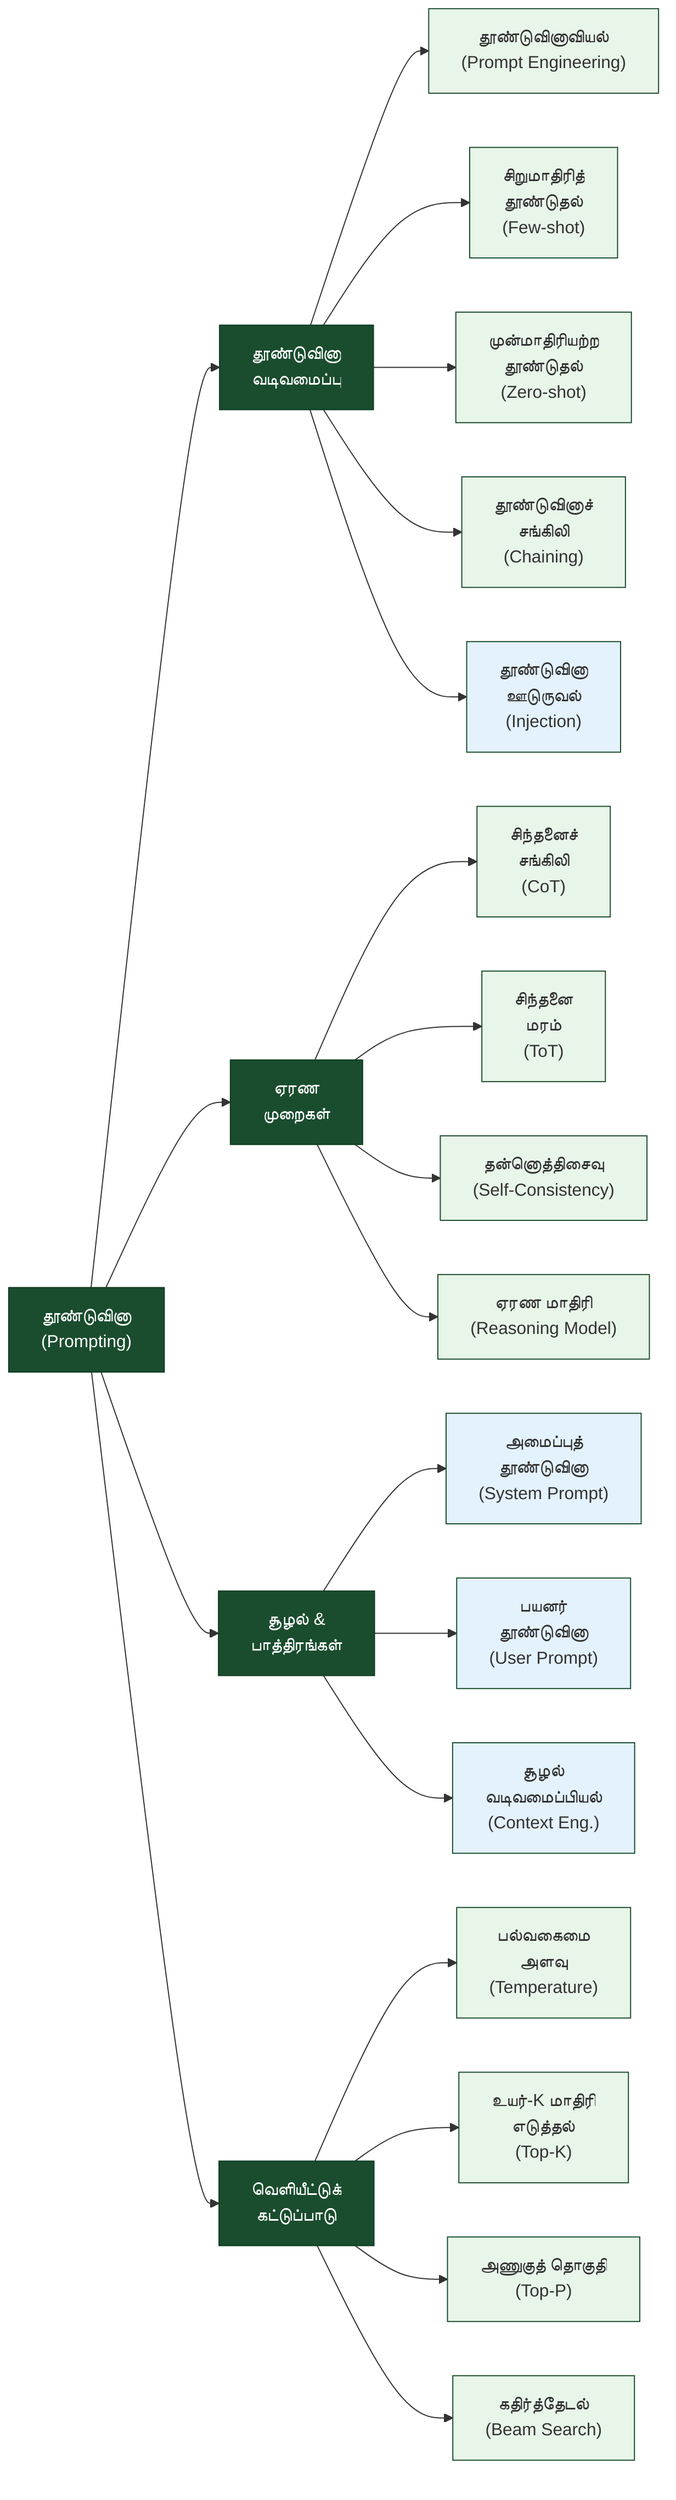
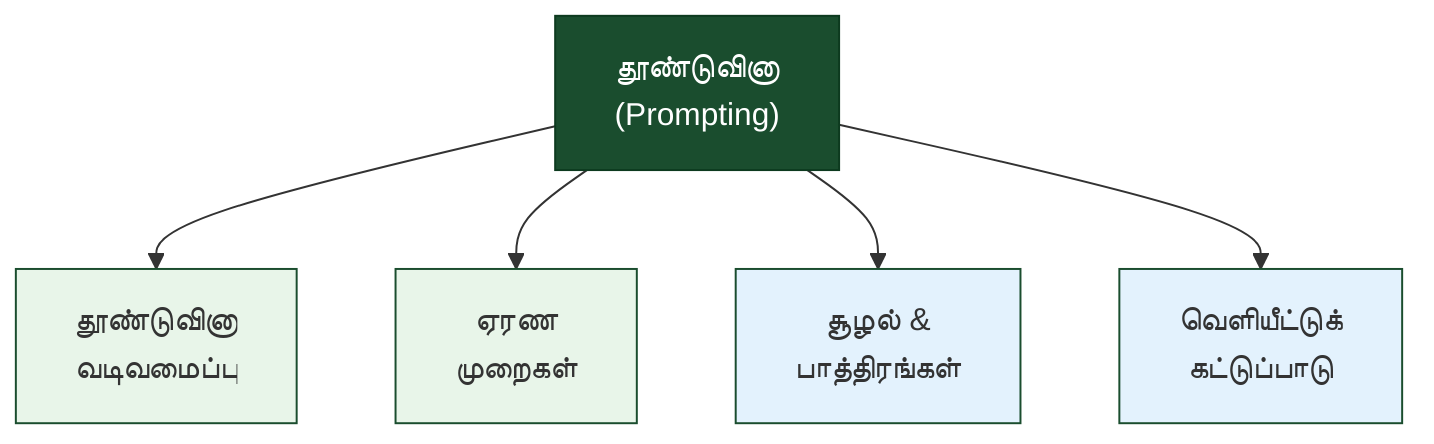
- flowchart LR
+ flowchart TB
    PROMPT["தூண்டுவினா<br/>(Prompting)"] --> DESIGN["தூண்டுவினா<br/>வடிவமைப்பு"]
    PROMPT --> REASON["ஏரண<br/>முறைகள்"]
    PROMPT --> CONTEXT["சூழல் &<br/>பாத்திரங்கள்"]
    PROMPT --> OUTPUT["வெளியீட்டுக்<br/>கட்டுப்பாடு"]

-     DESIGN --> PE["தூண்டுவினாவியல்<br/>(Prompt Engineering)"]
-     DESIGN --> FS["சிறுமாதிரித்<br/>தூண்டுதல்<br/>(Few-shot)"]
-     DESIGN --> ZS["முன்மாதிரியற்ற<br/>தூண்டுதல்<br/>(Zero-shot)"]
-     DESIGN --> PC["தூண்டுவினாச்<br/>சங்கிலி<br/>(Chaining)"]
-     DESIGN --> PI["தூண்டுவினா<br/>ஊடுருவல்<br/>(Injection)"]
- 
-     REASON --> COT["சிந்தனைச்<br/>சங்கிலி<br/>(CoT)"]
-     REASON --> TOT["சிந்தனை<br/>மரம்<br/>(ToT)"]
-     REASON --> SC["தன்னொத்திசைவு<br/>(Self-Consistency)"]
-     REASON --> RM["ஏரண மாதிரி<br/>(Reasoning Model)"]
- 
-     CONTEXT --> SP["அமைப்புத்<br/>தூண்டுவினா<br/>(System Prompt)"]
-     CONTEXT --> UP["பயனர்<br/>தூண்டுவினா<br/>(User Prompt)"]
-     CONTEXT --> CE["சூழல்<br/>வடிவமைப்பியல்<br/>(Context Eng.)"]
- 
-     OUTPUT --> TEMP["பல்வகைமை<br/>அளவு<br/>(Temperature)"]
-     OUTPUT --> TOPK["உயர்-K மாதிரி<br/>எடுத்தல்<br/>(Top-K)"]
-     OUTPUT --> TOPP["அணுகுத் தொகுதி<br/>(Top-P)"]
-     OUTPUT --> BEAM["கதிர்த்தேடல்<br/>(Beam Search)"]
- 
    style PROMPT fill:#1a4d2e,stroke:#0d3a1f,color:#fff
-     style DESIGN fill:#1a4d2e,stroke:#0d3a1f,color:#fff
-     style REASON fill:#1a4d2e,stroke:#0d3a1f,color:#fff
-     style CONTEXT fill:#1a4d2e,stroke:#0d3a1f,color:#fff
-     style OUTPUT fill:#1a4d2e,stroke:#0d3a1f,color:#fff
-     style PE fill:#e8f5e9,stroke:#1a4d2e
-     style FS fill:#e8f5e9,stroke:#1a4d2e
-     style ZS fill:#e8f5e9,stroke:#1a4d2e
-     style PC fill:#e8f5e9,stroke:#1a4d2e
-     style PI fill:#e3f2fd,stroke:#1a4d2e
-     style COT fill:#e8f5e9,stroke:#1a4d2e
-     style TOT fill:#e8f5e9,stroke:#1a4d2e
-     style SC fill:#e8f5e9,stroke:#1a4d2e
-     style RM fill:#e8f5e9,stroke:#1a4d2e
-     style SP fill:#e3f2fd,stroke:#1a4d2e
-     style UP fill:#e3f2fd,stroke:#1a4d2e
-     style CE fill:#e3f2fd,stroke:#1a4d2e
-     style TEMP fill:#e8f5e9,stroke:#1a4d2e
-     style TOPK fill:#e8f5e9,stroke:#1a4d2e
-     style TOPP fill:#e8f5e9,stroke:#1a4d2e
-     style BEAM fill:#e8f5e9,stroke:#1a4d2e
+     style DESIGN fill:#e8f5e9,stroke:#1a4d2e
+     style REASON fill:#e8f5e9,stroke:#1a4d2e
+     style CONTEXT fill:#e3f2fd,stroke:#1a4d2e
+     style OUTPUT fill:#e3f2fd,stroke:#1a4d2e
